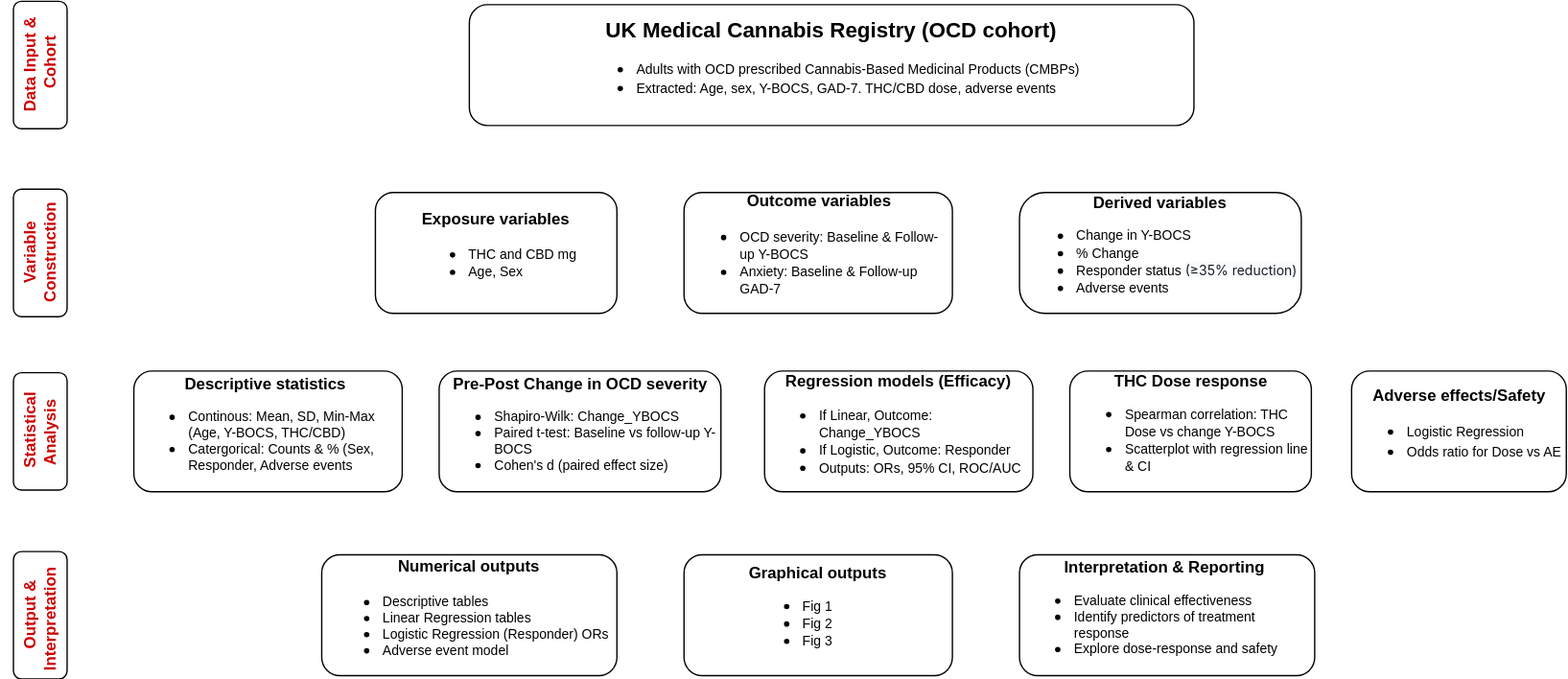
This is Untitled Diagram.drawio.svg from amy-gurung/first-data-project, a draw.io export, as it was before one commit. Source tidied: cells renumbered, new cells last; positions are measured from the earlier drawing's top-left corner, leaving out a move shared by most shapes.
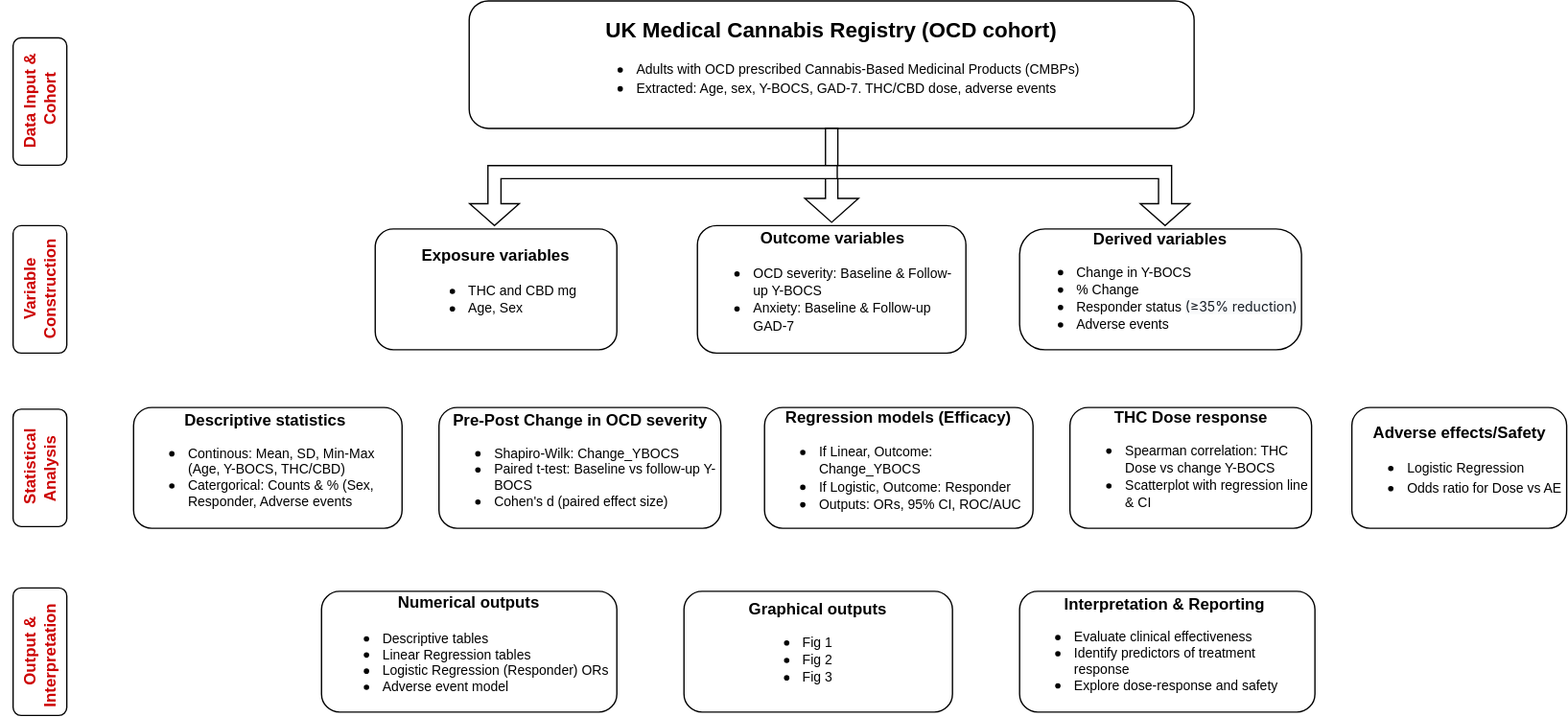
The same diagram one commit later.

What changed in the source:
```diff
@@ -3,13 +3,13 @@
     <mxCell id="0" />
     <mxCell id="1" parent="0" />
     <mxCell id="2" value="&lt;b&gt;&lt;font style=&quot;font-size: 16px;&quot;&gt;UK Medical Cannabis Registry (OCD cohort)&lt;/font&gt;&lt;/b&gt;&lt;div&gt;&lt;ul&gt;&lt;li&gt;&lt;font style=&quot;font-size: 10px;&quot;&gt;Adults with OCD prescribed Cannabis-Based Medicinal Products (CMBPs)&lt;/font&gt;&lt;/li&gt;&lt;li style=&quot;text-align: left;&quot;&gt;&lt;font style=&quot;font-size: 10px;&quot;&gt;Extracted: Age, sex, Y-BOCS, GAD-7. THC/CBD dose, adverse events&lt;/font&gt;&lt;/li&gt;&lt;/ul&gt;&lt;/div&gt;" style="rounded=1;whiteSpace=wrap;html=1;spacing=1;labelBackgroundColor=none;" parent="1" vertex="1">
-      <mxGeometry x="367" width="540" height="90" as="geometry" />
+      <mxGeometry x="367" y="-30" width="540" height="95" as="geometry" />
     </mxCell>
     <mxCell id="3" value="&lt;div style=&quot;line-height: 100%;&quot;&gt;&lt;div&gt;&lt;b&gt;&lt;font style=&quot;line-height: 130%;&quot;&gt;Exposure variables&lt;/font&gt;&lt;/b&gt;&lt;/div&gt;&lt;ul&gt;&lt;li style=&quot;text-align: left;&quot;&gt;&lt;font style=&quot;font-size: 10px;&quot;&gt;THC and CBD mg&lt;br&gt;&lt;/font&gt;&lt;/li&gt;&lt;li style=&quot;text-align: left;&quot;&gt;&lt;font style=&quot;font-size: 10px;&quot;&gt;Age, Sex&lt;/font&gt;&lt;/li&gt;&lt;/ul&gt;&lt;/div&gt;" style="rounded=1;whiteSpace=wrap;html=1;labelBackgroundColor=none;align=center;" parent="1" vertex="1">
       <mxGeometry x="297" y="140" width="180" height="90" as="geometry" />
     </mxCell>
     <mxCell id="4" value="&lt;div style=&quot;text-align: center;&quot;&gt;&lt;b style=&quot;line-height: 100%;&quot;&gt;&lt;font&gt;Outcome variables&lt;/font&gt;&lt;/b&gt;&lt;/div&gt;&lt;ul&gt;&lt;li style=&quot;line-height: 100%;&quot;&gt;&lt;font style=&quot;font-size: 10px;&quot;&gt;OCD severity: Baseline &amp;amp; Follow-up Y-BOCS&lt;br&gt;&lt;/font&gt;&lt;/li&gt;&lt;li style=&quot;line-height: 100%;&quot;&gt;&lt;font style=&quot;font-size: 10px;&quot;&gt;Anxiety: Baseline &amp;amp; Follow-up GAD-7&lt;/font&gt;&lt;br&gt;&lt;/li&gt;&lt;/ul&gt;" style="rounded=1;whiteSpace=wrap;html=1;labelBackgroundColor=none;align=left;" parent="1" vertex="1">
-      <mxGeometry x="527" y="140" width="200" height="90" as="geometry" />
+      <mxGeometry x="537" y="137.5" width="200" height="95" as="geometry" />
     </mxCell>
     <mxCell id="5" value="&lt;div style=&quot;line-height: 100%;&quot;&gt;&lt;div&gt;&lt;b&gt;&lt;font&gt;Derived variables&lt;/font&gt;&lt;/b&gt;&lt;/div&gt;&lt;ul&gt;&lt;li style=&quot;text-align: left;&quot;&gt;&lt;font style=&quot;font-size: 10px;&quot;&gt;Change in Y-BOCS&lt;br&gt;&lt;/font&gt;&lt;/li&gt;&lt;li style=&quot;text-align: left;&quot;&gt;&lt;font style=&quot;font-size: 10px;&quot;&gt;% Change&lt;br&gt;&lt;/font&gt;&lt;/li&gt;&lt;li style=&quot;text-align: left;&quot;&gt;&lt;font style=&quot;font-size: 10px;&quot;&gt;Responder status&amp;nbsp;&lt;span style=&quot;caret-color: rgb(22, 28, 36); color: rgb(22, 28, 36); font-family: -apple-system, BlinkMacSystemFont, &amp;quot;Proxima Nova&amp;quot;, &amp;quot;Segoe UI&amp;quot;, Roboto, Helvetica, Arial, sans-serif; background-color: rgb(249, 250, 251);&quot;&gt;(≥35% reduction)&lt;/span&gt;&lt;br&gt;&lt;/font&gt;&lt;/li&gt;&lt;li style=&quot;text-align: left;&quot;&gt;&lt;font style=&quot;font-size: 10px;&quot;&gt;Adverse events&amp;nbsp;&lt;/font&gt;&lt;/li&gt;&lt;/ul&gt;&lt;/div&gt;" style="rounded=1;whiteSpace=wrap;html=1;labelBackgroundColor=none;spacing=1;arcSize=21;" parent="1" vertex="1">
       <mxGeometry x="777" y="140" width="210" height="90" as="geometry" />
@@ -59,5 +59,14 @@
     <mxCell id="20" style="edgeStyle=none;curved=1;rounded=0;orthogonalLoop=1;jettySize=auto;html=1;exitX=0.25;exitY=0;exitDx=0;exitDy=0;fontSize=12;startSize=8;endSize=8;" parent="1" edge="1" source="16" target="16">
       <mxGeometry relative="1" as="geometry" />
     </mxCell>
+    <mxCell id="21" style="html=1;shadow=0;dashed=0;align=center;verticalAlign=middle;shape=mxgraph.arrows2.arrow;dy=0.77;dx=17.83;direction=south;notch=0;" parent="1" vertex="1">
+      <mxGeometry x="617" y="65" width="40" height="70" as="geometry" />
+    </mxCell>
+    <mxCell id="22" style="html=1;shadow=0;dashed=0;align=center;verticalAlign=middle;shape=mxgraph.arrows2.bendArrow;dy=4.87;dx=16.3;notch=0;arrowHead=36.93;rounded=0;rotation=90;" parent="1" vertex="1">
+      <mxGeometry x="748.8" y="-17.6" width="44.7" height="265.4" as="geometry" />
+    </mxCell>
+    <mxCell id="23" style="html=1;shadow=0;dashed=0;align=center;verticalAlign=middle;shape=mxgraph.arrows2.bendArrow;dy=4.87;dx=16.3;notch=0;arrowHead=36.93;rounded=0;rotation=90;flipH=0;legacyAnchorPoints=0;flipV=1;" parent="1" vertex="1">
+      <mxGeometry x="481.9" y="-21.8" width="44.7" height="273.8" as="geometry" />
+    </mxCell>
   </root>
 </mxGraphModel>
```
